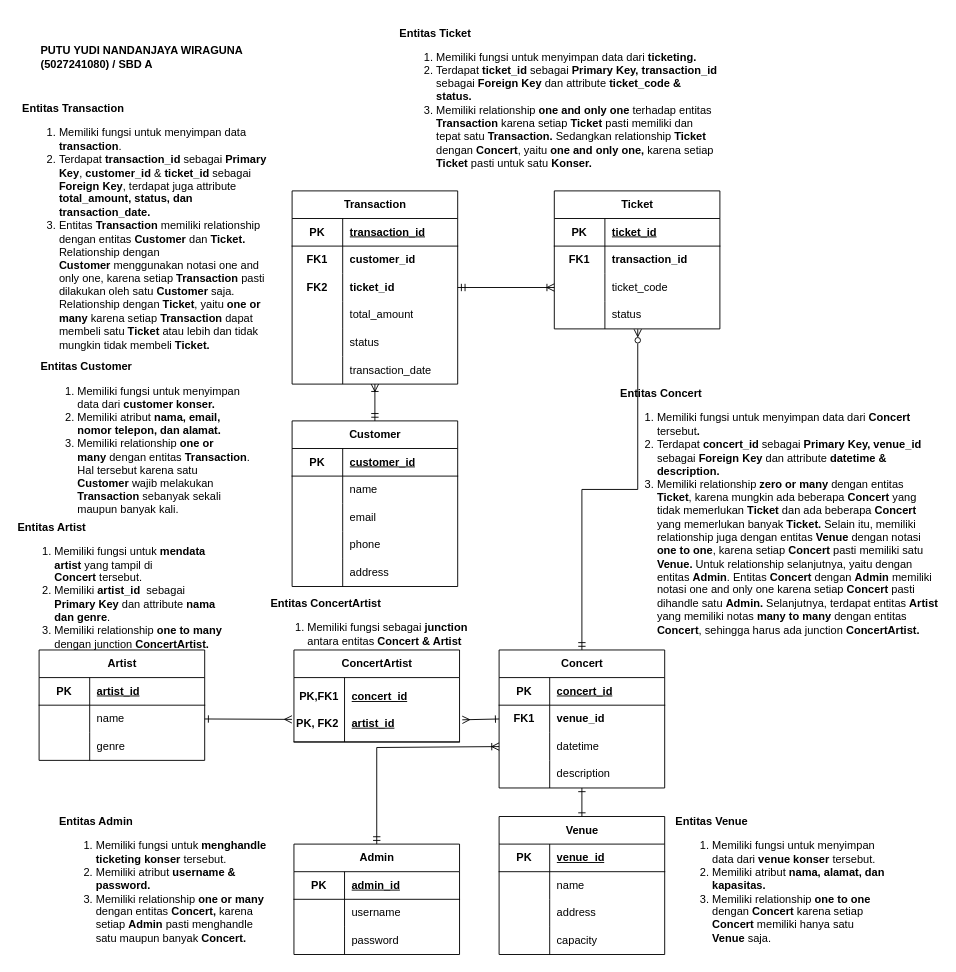
This is Soal3-Modul1-SBD.drawio from yudi0312/Sistem-Basis-Data, a draw.io file, before an edit. Source tidied: cells renumbered, new cells numbered last; positions are measured from the earlier drawing's top-left corner, leaving out a move shared by most shapes. Both pictures are drawn from the tidied source at 92%, with x=0, y=0 at pixel (16, 43).
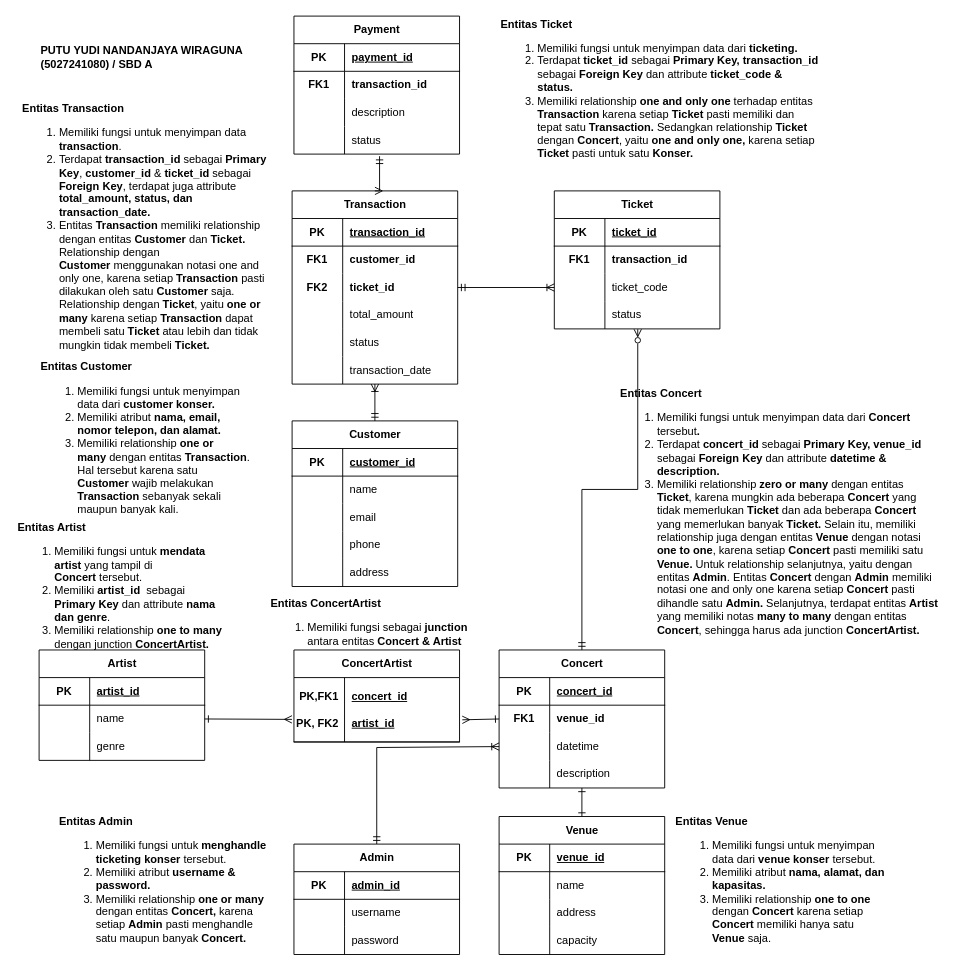
Above is the later version.

The change refers to these unchanged cells:
```xml
<mxCell id="18" value="Transaction" style="shape=table;startSize=30;childLayout=tableLayout;rowLines=0;fontStyle=1;align=center;html=1;" parent="1" vertex="1">
  <mxGeometry x="300" y="160" width="180" height="210" as="geometry" />
</mxCell>
```

What changed in the source:
```diff
@@
     <mxCell id="110" value="&lt;b&gt;Entitas Ticket&lt;/b&gt;&amp;nbsp;&lt;br&gt;&lt;ol style=&quot;&quot;&gt;&lt;li style=&quot;&quot;&gt;&lt;span style=&quot;background-color: transparent; color: light-dark(rgb(0, 0, 0), rgb(255, 255, 255));&quot;&gt;Memiliki fungsi untuk menyimpan data dari &lt;b&gt;ticketing.&amp;nbsp;&lt;/b&gt;&lt;/span&gt;&lt;/li&gt;&lt;li style=&quot;&quot;&gt;&lt;span style=&quot;background-color: transparent; color: light-dark(rgb(0, 0, 0), rgb(255, 255, 255));&quot;&gt;Terdapat &lt;b&gt;ticket_id &lt;/b&gt;sebagai &lt;b&gt;Primary Key, transaction_id &lt;/b&gt;sebagai &lt;b&gt;Foreign Key &lt;/b&gt;dan attribute &lt;b&gt;ticket_code &amp;amp; status.&amp;nbsp;&lt;/b&gt;&lt;/span&gt;&lt;/li&gt;&lt;li style=&quot;&quot;&gt;&lt;span style=&quot;background-color: transparent; color: light-dark(rgb(0, 0, 0), rgb(255, 255, 255));&quot;&gt;Memiliki relationship&amp;nbsp;&lt;/span&gt;&lt;span style=&quot;background-color: transparent; color: light-dark(rgb(0, 0, 0), rgb(255, 255, 255));&quot;&gt;&lt;b&gt;one and only one &lt;/b&gt;terhadap entitas &lt;b&gt;Transaction &lt;/b&gt;karena setiap &lt;b&gt;Ticket &lt;/b&gt;pasti memiliki dan tepat satu &lt;b&gt;Transaction. &lt;/b&gt;Sedangkan relationship &lt;b&gt;Ticket &lt;/b&gt;dengan &lt;b&gt;Concert&lt;/b&gt;, yaitu &lt;b&gt;one and only one, &lt;/b&gt;karena setiap &lt;b&gt;Ticket &lt;/b&gt;pasti untuk satu &lt;b&gt;Konser.&amp;nbsp;&lt;/b&gt;&lt;/span&gt;&lt;/li&gt;&lt;/ol&gt;" style="text;html=1;align=left;verticalAlign=middle;whiteSpace=wrap;rounded=0;" parent="1" vertex="1">
-      <mxGeometry x="415" y="50" width="350" height="30" as="geometry" />
+      <mxGeometry x="525" y="40" width="350" height="30" as="geometry" />
     </mxCell>
@@
+    <mxCell id="116" value="Payment" style="shape=table;startSize=30;childLayout=tableLayout;rowLines=0;fontStyle=1;align=center;html=1;" parent="1" vertex="1">
+      <mxGeometry x="302" y="-30" width="180" height="150" as="geometry" />
+    </mxCell>
+    <mxCell id="117" style="shape=tableRow;horizontal=0;startSize=0;swimlaneHead=0;swimlaneBody=0;fillColor=none;top=0;left=0;right=0;bottom=1;" parent="116" vertex="1">
+      <mxGeometry y="30" width="180" height="30" as="geometry" />
+    </mxCell>
+    <mxCell id="118" value="PK" style="shape=partialRectangle;fillColor=none;top=0;left=0;bottom=0;right=0;fontStyle=1;overflow=hidden;whiteSpace=wrap;html=1;" parent="117" vertex="1">
+      <mxGeometry width="55" height="30" as="geometry" />
+    </mxCell>
+    <mxCell id="119" value="payment_id" style="shape=partialRectangle;fillColor=none;top=0;left=0;bottom=0;right=0;align=left;spacingLeft=6;fontStyle=5;overflow=hidden;whiteSpace=wrap;html=1;" parent="117" vertex="1">
+      <mxGeometry x="55" width="125" height="30" as="geometry" />
+    </mxCell>
+    <mxCell id="120" style="shape=tableRow;horizontal=0;startSize=0;swimlaneHead=0;swimlaneBody=0;fillColor=none;top=0;left=0;right=0;bottom=0;" parent="116" vertex="1">
+      <mxGeometry y="60" width="180" height="30" as="geometry" />
+    </mxCell>
+    <mxCell id="121" value="&lt;b&gt;FK1&lt;/b&gt;" style="shape=partialRectangle;fillColor=none;top=0;left=0;bottom=0;right=0;overflow=hidden;whiteSpace=wrap;html=1;" parent="120" vertex="1">
+      <mxGeometry width="55" height="30" as="geometry" />
+    </mxCell>
+    <mxCell id="122" value="&lt;b&gt;transaction_id&lt;/b&gt;" style="shape=partialRectangle;fillColor=none;top=0;left=0;bottom=0;right=0;align=left;spacingLeft=6;overflow=hidden;whiteSpace=wrap;html=1;" parent="120" vertex="1">
+      <mxGeometry x="55" width="125" height="30" as="geometry" />
+    </mxCell>
+    <mxCell id="123" style="shape=tableRow;horizontal=0;startSize=0;swimlaneHead=0;swimlaneBody=0;fillColor=none;top=0;left=0;right=0;bottom=0;" parent="116" vertex="1">
+      <mxGeometry y="90" width="180" height="30" as="geometry" />
+    </mxCell>
+    <mxCell id="124" style="shape=partialRectangle;fillColor=none;top=0;left=0;bottom=0;right=0;overflow=hidden;whiteSpace=wrap;html=1;" parent="123" vertex="1">
+      <mxGeometry width="55" height="30" as="geometry" />
+    </mxCell>
+    <mxCell id="125" value="description" style="shape=partialRectangle;fillColor=none;top=0;left=0;bottom=0;right=0;align=left;spacingLeft=6;overflow=hidden;whiteSpace=wrap;html=1;" parent="123" vertex="1">
+      <mxGeometry x="55" width="125" height="30" as="geometry" />
+    </mxCell>
+    <mxCell id="126" style="shape=tableRow;horizontal=0;startSize=0;swimlaneHead=0;swimlaneBody=0;fillColor=none;points=[[0,0.5],[1,0.5]];portConstraint=eastwest;top=0;left=0;right=0;bottom=0;" parent="116" vertex="1">
+      <mxGeometry y="120" width="180" height="30" as="geometry" />
+    </mxCell>
+    <mxCell id="127" style="shape=partialRectangle;fillColor=none;top=0;left=0;bottom=0;right=0;overflow=hidden;whiteSpace=wrap;html=1;" parent="126" vertex="1">
+      <mxGeometry width="55" height="30" as="geometry" />
+    </mxCell>
+    <mxCell id="128" value="status" style="shape=partialRectangle;fillColor=none;top=0;left=0;bottom=0;right=0;align=left;spacingLeft=6;overflow=hidden;whiteSpace=wrap;html=1;" parent="126" vertex="1">
+      <mxGeometry x="55" width="125" height="30" as="geometry" />
+    </mxCell>
+    <mxCell id="129" style="edgeStyle=orthogonalEdgeStyle;rounded=0;jettySize=auto;html=1;exitX=0.5;exitY=0;exitDx=0;exitDy=0;entryX=0.517;entryY=1.076;entryDx=0;entryDy=0;entryPerimeter=0;endArrow=ERmandOne;endFill=0;startArrow=ERmany;startFill=0;" parent="1" edge="1" source="18" target="126">
+      <mxGeometry relative="1" as="geometry" />
+    </mxCell>
```
